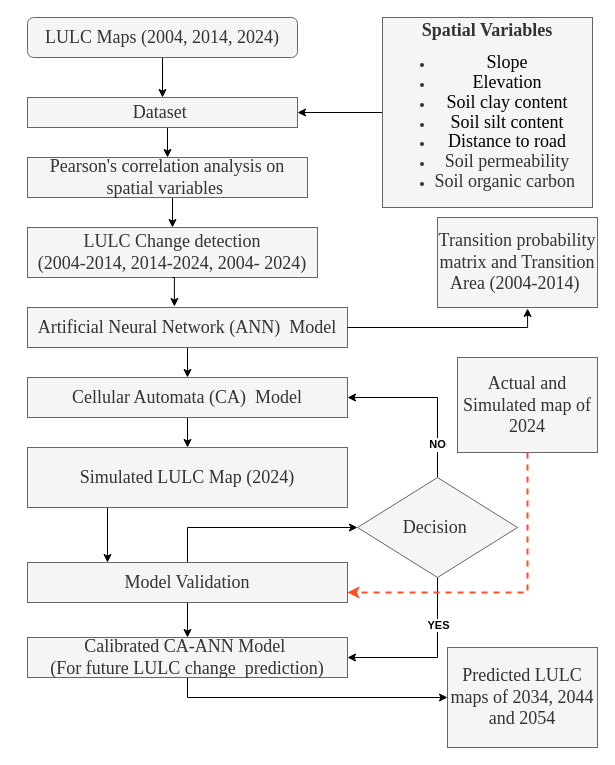
This is Molusce.drawio from yemioke/PRISMA2020, a draw.io file, before an edit. Source tidied: cells renumbered, new cells numbered last; positions are measured from the earlier drawing's top-left corner, leaving out a move shared by most shapes. Both pictures are drawn from the tidied source at 100%, with x=0, y=0 at pixel (27, 17).
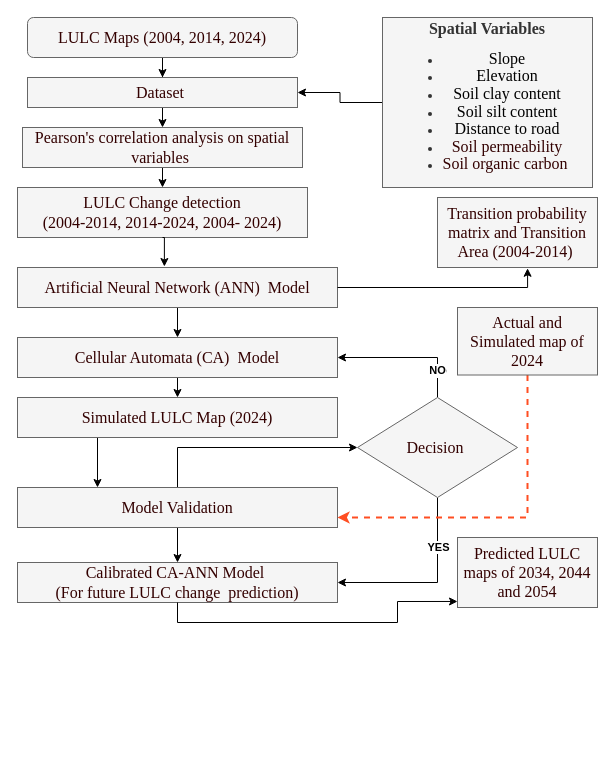
The same page after the edit.

Diff of the diagram source:
```diff
@@
-    <mxCell id="3" value="&lt;font face=&quot;Times New Roman&quot; style=&quot;font-size: 18px;&quot;&gt;LULC Maps (2004, 2014, 2024)&lt;/font&gt;" style="rounded=1;whiteSpace=wrap;html=1;fillColor=#f5f5f5;fontColor=#333333;strokeColor=#666666;" parent="1" vertex="1">
+    <mxCell id="3" value="&lt;font face=&quot;Times New Roman&quot; style=&quot;color: rgb(51, 0, 0); font-size: 16px;&quot;&gt;LULC Maps (2004, 2014, 2024)&lt;/font&gt;" style="rounded=1;whiteSpace=wrap;html=1;fillColor=#f5f5f5;fontColor=#333333;strokeColor=#666666;" parent="1" vertex="1">
       <mxGeometry width="270" height="40" as="geometry" />
     </mxCell>
@@
-    <mxCell id="5" value="&lt;div style=&quot;line-height: 110%;&quot;&gt;&lt;b&gt;&lt;font style=&quot;font-size: 18px; line-height: 110%;&quot; face=&quot;Times New Roman&quot;&gt;Spatial Variables&lt;/font&gt;&lt;/b&gt;&lt;div&gt;&lt;ul&gt;&lt;li&gt;&lt;span style=&quot;background-color: transparent; color: light-dark(rgb(0, 0, 0), rgb(255, 255, 255));&quot;&gt;&lt;font style=&quot;font-size: 18px; line-height: 110%;&quot; face=&quot;Times New Roman&quot;&gt;Slope&lt;/font&gt;&lt;/span&gt;&lt;/li&gt;&lt;li&gt;&lt;span style=&quot;background-color: transparent; color: light-dark(rgb(0, 0, 0), rgb(255, 255, 255));&quot;&gt;&lt;font style=&quot;font-size: 18px; line-height: 110%;&quot; face=&quot;Times New Roman&quot;&gt;Elevation&lt;/font&gt;&lt;/span&gt;&lt;/li&gt;&lt;li&gt;&lt;span style=&quot;background-color: transparent; color: light-dark(rgb(0, 0, 0), rgb(255, 255, 255));&quot;&gt;&lt;font style=&quot;font-size: 18px; line-height: 110%;&quot; face=&quot;Times New Roman&quot;&gt;Soil clay content&lt;/font&gt;&lt;/span&gt;&lt;/li&gt;&lt;li&gt;&lt;span style=&quot;background-color: transparent; color: light-dark(rgb(0, 0, 0), rgb(255, 255, 255));&quot;&gt;&lt;font style=&quot;font-size: 18px; line-height: 110%;&quot; face=&quot;Times New Roman&quot;&gt;Soil silt content&lt;/font&gt;&lt;/span&gt;&lt;/li&gt;&lt;li&gt;&lt;span style=&quot;background-color: transparent; color: light-dark(rgb(0, 0, 0), rgb(255, 255, 255));&quot;&gt;&lt;font style=&quot;font-size: 18px; line-height: 110%;&quot; face=&quot;Times New Roman&quot;&gt;Distance to road&lt;/font&gt;&lt;/span&gt;&lt;/li&gt;&lt;li&gt;&lt;font style=&quot;font-size: 18px; line-height: 110%;&quot; face=&quot;Times New Roman&quot;&gt;Soil permeability&lt;/font&gt;&lt;/li&gt;&lt;li&gt;&lt;font style=&quot;font-size: 18px; line-height: 110%;&quot; face=&quot;Times New Roman&quot;&gt;Soil organic carbon&amp;nbsp;&lt;/font&gt;&lt;/li&gt;&lt;/ul&gt;&lt;/div&gt;&lt;/div&gt;" style="rounded=0;whiteSpace=wrap;html=1;fillColor=#f5f5f5;fontColor=#333333;strokeColor=#666666;" parent="1" vertex="1">
-      <mxGeometry x="355" width="210" height="190" as="geometry" />
+    <mxCell id="5" value="&lt;div style=&quot;line-height: 110%;&quot;&gt;&lt;b&gt;&lt;font style=&quot;line-height: 110%; font-size: 16px;&quot; face=&quot;Times New Roman&quot;&gt;Spatial Variables&lt;/font&gt;&lt;/b&gt;&lt;div&gt;&lt;ul&gt;&lt;li&gt;&lt;span style=&quot;background-color: transparent; color: light-dark(rgb(0, 0, 0), rgb(255, 255, 255));&quot;&gt;&lt;font size=&quot;3&quot; style=&quot;line-height: 110%;&quot; face=&quot;Times New Roman&quot;&gt;Slope&lt;/font&gt;&lt;/span&gt;&lt;/li&gt;&lt;li&gt;&lt;span style=&quot;background-color: transparent; color: light-dark(rgb(0, 0, 0), rgb(255, 255, 255));&quot;&gt;&lt;font size=&quot;3&quot; style=&quot;line-height: 110%;&quot; face=&quot;Times New Roman&quot;&gt;Elevation&lt;/font&gt;&lt;/span&gt;&lt;/li&gt;&lt;li&gt;&lt;span style=&quot;background-color: transparent; color: light-dark(rgb(0, 0, 0), rgb(255, 255, 255));&quot;&gt;&lt;font size=&quot;3&quot; style=&quot;line-height: 110%;&quot; face=&quot;Times New Roman&quot;&gt;Soil clay content&lt;/font&gt;&lt;/span&gt;&lt;/li&gt;&lt;li&gt;&lt;span style=&quot;background-color: transparent; color: light-dark(rgb(0, 0, 0), rgb(255, 255, 255));&quot;&gt;&lt;font size=&quot;3&quot; style=&quot;line-height: 110%;&quot; face=&quot;Times New Roman&quot;&gt;Soil silt content&lt;/font&gt;&lt;/span&gt;&lt;/li&gt;&lt;li&gt;&lt;span style=&quot;background-color: transparent; color: light-dark(rgb(0, 0, 0), rgb(255, 255, 255));&quot;&gt;&lt;font size=&quot;3&quot; style=&quot;line-height: 110%;&quot; face=&quot;Times New Roman&quot;&gt;Distance to road&lt;/font&gt;&lt;/span&gt;&lt;/li&gt;&lt;li&gt;&lt;font size=&quot;3&quot; style=&quot;line-height: 110%; color: rgb(51, 0, 0);&quot; face=&quot;Times New Roman&quot;&gt;Soil permeability&lt;/font&gt;&lt;/li&gt;&lt;li&gt;&lt;font size=&quot;3&quot; style=&quot;line-height: 110%;&quot; face=&quot;Times New Roman&quot;&gt;&lt;font style=&quot;color: rgb(51, 0, 0);&quot;&gt;Soil organic carbon&lt;/font&gt;&amp;nbsp;&lt;/font&gt;&lt;/li&gt;&lt;/ul&gt;&lt;/div&gt;&lt;/div&gt;" style="rounded=0;whiteSpace=wrap;html=1;fillColor=#f5f5f5;fontColor=#333333;strokeColor=#666666;" parent="1" vertex="1">
+      <mxGeometry x="355" width="210" height="170" as="geometry" />
     </mxCell>
@@
-    <mxCell id="7" value="&lt;font face=&quot;Times New Roman&quot; style=&quot;font-size: 18px;&quot;&gt;Dataset&amp;nbsp;&lt;/font&gt;" style="rounded=0;whiteSpace=wrap;html=1;fillColor=#f5f5f5;fontColor=#333333;strokeColor=#666666;" parent="1" vertex="1">
-      <mxGeometry y="80" width="270" height="30" as="geometry" />
+    <mxCell id="7" value="&lt;font face=&quot;Times New Roman&quot; style=&quot;color: rgb(51, 0, 0); font-size: 16px;&quot;&gt;Dataset&amp;nbsp;&lt;/font&gt;" style="rounded=0;whiteSpace=wrap;html=1;fillColor=#f5f5f5;fontColor=#333333;strokeColor=#666666;" parent="1" vertex="1">
+      <mxGeometry y="60" width="270" height="30" as="geometry" />
     </mxCell>
@@
-    <mxCell id="9" value="&lt;font style=&quot;font-size: 18px;&quot; face=&quot;Times New Roman&quot;&gt;Pearson's correlation analysis on spatial variables&amp;nbsp;&lt;/font&gt;" style="rounded=0;whiteSpace=wrap;html=1;fillColor=#f5f5f5;fontColor=#333333;strokeColor=#666666;" parent="1" vertex="1">
-      <mxGeometry y="140" width="280" height="40" as="geometry" />
+    <mxCell id="9" value="&lt;font style=&quot;color: rgb(51, 0, 0); font-size: 16px;&quot; face=&quot;Times New Roman&quot;&gt;Pearson's correlation analysis on spatial variables&amp;nbsp;&lt;/font&gt;" style="rounded=0;whiteSpace=wrap;html=1;fillColor=#f5f5f5;fontColor=#333333;strokeColor=#666666;" parent="1" vertex="1">
+      <mxGeometry x="-5" y="110" width="280" height="40" as="geometry" />
     </mxCell>
-    <mxCell id="10" value="&lt;font face=&quot;Times New Roman&quot; style=&quot;font-size: 18px; font-weight: normal;&quot;&gt;LULC Change detection&lt;br&gt;(2004-2014, 2014-2024, 2004- 2024)&lt;/font&gt;" style="rounded=0;whiteSpace=wrap;html=1;fontStyle=1;fillColor=#f5f5f5;fontColor=#333333;strokeColor=#666666;" parent="1" vertex="1">
-      <mxGeometry y="210" width="290" height="50" as="geometry" />
+    <mxCell id="10" value="&lt;font face=&quot;Times New Roman&quot; style=&quot;font-weight: normal; color: rgb(51, 0, 0); font-size: 16px;&quot;&gt;LULC Change detection&lt;br&gt;(2004-2014, 2014-2024, 2004- 2024)&lt;/font&gt;" style="rounded=0;whiteSpace=wrap;html=1;fontStyle=1;fillColor=#f5f5f5;fontColor=#333333;strokeColor=#666666;" parent="1" vertex="1">
+      <mxGeometry x="-10" y="170" width="290" height="50" as="geometry" />
     </mxCell>
@@
-    <mxCell id="12" value="&lt;font style=&quot;font-size: 18px; font-weight: normal;&quot; face=&quot;Times New Roman&quot;&gt;Artificial Neural Network (ANN)&amp;nbsp; Model&lt;/font&gt;" style="rounded=0;whiteSpace=wrap;html=1;fontStyle=1;fillColor=#f5f5f5;fontColor=#333333;strokeColor=#666666;" parent="1" vertex="1">
-      <mxGeometry y="290" width="320" height="40" as="geometry" />
+    <mxCell id="12" value="&lt;font style=&quot;font-weight: normal; color: rgb(51, 0, 0); font-size: 16px;&quot; face=&quot;Times New Roman&quot;&gt;Artificial Neural Network (ANN)&amp;nbsp; Model&lt;/font&gt;" style="rounded=0;whiteSpace=wrap;html=1;fontStyle=1;fillColor=#f5f5f5;fontColor=#333333;strokeColor=#666666;" parent="1" vertex="1">
+      <mxGeometry x="-10" y="250" width="320" height="40" as="geometry" />
     </mxCell>
-    <mxCell id="13" value="&lt;font face=&quot;Times New Roman&quot; style=&quot;font-size: 18px; font-weight: normal;&quot;&gt;Transition probability matrix and Transition Area (2004-2014)&amp;nbsp;&lt;/font&gt;" style="rounded=0;whiteSpace=wrap;html=1;fontStyle=1;fillColor=#f5f5f5;fontColor=#333333;strokeColor=#666666;" parent="1" vertex="1">
-      <mxGeometry x="410" y="200" width="160" height="90" as="geometry" />
+    <mxCell id="13" value="&lt;font face=&quot;Times New Roman&quot; style=&quot;font-weight: normal; color: rgb(51, 0, 0); font-size: 16px;&quot;&gt;Transition probability matrix and Transition Area (2004-2014)&amp;nbsp;&lt;/font&gt;" style="rounded=0;whiteSpace=wrap;html=1;fontStyle=1;fillColor=#f5f5f5;fontColor=#333333;strokeColor=#666666;" parent="1" vertex="1">
+      <mxGeometry x="410" y="180" width="160" height="70" as="geometry" />
     </mxCell>
@@
-    <mxCell id="15" value="&lt;font face=&quot;Times New Roman&quot; style=&quot;font-size: 18px; font-weight: normal;&quot;&gt;Cellular Automata (CA)&amp;nbsp; Model&lt;/font&gt;" style="rounded=0;whiteSpace=wrap;html=1;fontStyle=1;fillColor=#f5f5f5;fontColor=#333333;strokeColor=#666666;" parent="1" vertex="1">
-      <mxGeometry y="360" width="320" height="40" as="geometry" />
+    <mxCell id="15" value="&lt;font face=&quot;Times New Roman&quot; style=&quot;font-weight: normal; color: rgb(51, 0, 0); font-size: 16px;&quot;&gt;Cellular Automata (CA)&amp;nbsp; Model&lt;/font&gt;" style="rounded=0;whiteSpace=wrap;html=1;fontStyle=1;fillColor=#f5f5f5;fontColor=#333333;strokeColor=#666666;" parent="1" vertex="1">
+      <mxGeometry x="-10" y="320" width="320" height="40" as="geometry" />
     </mxCell>
@@
-    <mxCell id="17" value="&lt;font face=&quot;Times New Roman&quot; style=&quot;font-size: 18px; font-weight: normal;&quot;&gt;Simulated LULC Map (2024)&lt;/font&gt;" style="rounded=0;whiteSpace=wrap;html=1;fontStyle=1;fillColor=#f5f5f5;fontColor=#333333;strokeColor=#666666;" parent="1" vertex="1">
-      <mxGeometry y="430" width="320" height="60" as="geometry" />
+    <mxCell id="17" value="&lt;font face=&quot;Times New Roman&quot; style=&quot;font-weight: normal; color: rgb(51, 0, 0); font-size: 16px;&quot;&gt;Simulated LULC Map (2024)&lt;/font&gt;" style="rounded=0;whiteSpace=wrap;html=1;fontStyle=1;fillColor=#f5f5f5;fontColor=#333333;strokeColor=#666666;" parent="1" vertex="1">
+      <mxGeometry x="-10" y="380" width="320" height="40" as="geometry" />
     </mxCell>
@@
-    <mxCell id="20" value="&lt;span style=&quot;font-weight: normal;&quot;&gt;&lt;font face=&quot;Times New Roman&quot; style=&quot;font-size: 18px;&quot;&gt;Model Validation&lt;/font&gt;&lt;/span&gt;" style="rounded=0;whiteSpace=wrap;html=1;fontStyle=1;fillColor=#f5f5f5;fontColor=#333333;strokeColor=#666666;" parent="1" vertex="1">
-      <mxGeometry y="545" width="320" height="40" as="geometry" />
+    <mxCell id="20" value="&lt;span style=&quot;font-weight: normal;&quot;&gt;&lt;font face=&quot;Times New Roman&quot; style=&quot;color: rgb(51, 0, 0); font-size: 16px;&quot;&gt;Model Validation&lt;/font&gt;&lt;/span&gt;" style="rounded=0;whiteSpace=wrap;html=1;fontStyle=1;fillColor=#f5f5f5;fontColor=#333333;strokeColor=#666666;" parent="1" vertex="1">
+      <mxGeometry x="-10" y="470" width="320" height="40" as="geometry" />
     </mxCell>
@@
-    <mxCell id="26" value="&lt;font style=&quot;font-size: 18px;&quot; face=&quot;Times New Roman&quot;&gt;Decision&amp;nbsp;&lt;/font&gt;" style="rhombus;whiteSpace=wrap;html=1;fillColor=#f5f5f5;fontColor=#333333;strokeColor=#666666;" parent="1" vertex="1">
-      <mxGeometry x="330" y="460" width="160" height="100" as="geometry" />
+    <mxCell id="26" value="&lt;font style=&quot;color: rgb(51, 0, 0); font-size: 16px;&quot; face=&quot;Times New Roman&quot;&gt;Decision&amp;nbsp;&lt;/font&gt;" style="rhombus;whiteSpace=wrap;html=1;fillColor=#f5f5f5;fontColor=#333333;strokeColor=#666666;" parent="1" vertex="1">
+      <mxGeometry x="330" y="380" width="160" height="100" as="geometry" />
     </mxCell>
@@
-    <mxCell id="28" value="&lt;span style=&quot;font-weight: normal;&quot;&gt;&lt;font face=&quot;Times New Roman&quot; style=&quot;font-size: 18px;&quot;&gt;Actual and Simulated map of 2024&lt;/font&gt;&lt;/span&gt;" style="rounded=0;whiteSpace=wrap;html=1;fontStyle=1;fillColor=#f5f5f5;fontColor=#333333;strokeColor=#666666;" parent="1" vertex="1">
-      <mxGeometry x="430" y="340" width="140" height="95" as="geometry" />
+    <mxCell id="28" value="&lt;span style=&quot;font-weight: normal;&quot;&gt;&lt;font face=&quot;Times New Roman&quot; style=&quot;color: rgb(51, 0, 0); font-size: 16px;&quot;&gt;Actual and Simulated map of 2024&lt;/font&gt;&lt;/span&gt;" style="rounded=0;whiteSpace=wrap;html=1;fontStyle=1;fillColor=#f5f5f5;fontColor=#333333;strokeColor=#666666;" parent="1" vertex="1">
+      <mxGeometry x="430" y="290" width="140" height="67.5" as="geometry" />
     </mxCell>
-    <mxCell id="29" style="edgeStyle=orthogonalEdgeStyle;rounded=0;jettySize=auto;html=1;exitX=0.5;exitY=1;exitDx=0;exitDy=0;entryX=0;entryY=0.5;entryDx=0;entryDy=0;" parent="1" edge="1" source="30" target="31">
-      <mxGeometry relative="1" as="geometry" />
-    </mxCell>
-    <mxCell id="30" value="&lt;font face=&quot;Times New Roman&quot; style=&quot;font-size: 18px; font-weight: normal;&quot;&gt;Calibrated CA-ANN Model&amp;nbsp;&lt;br&gt;(For future LULC change&amp;nbsp; prediction)&lt;/font&gt;" style="rounded=0;whiteSpace=wrap;html=1;fontStyle=1;fillColor=#f5f5f5;fontColor=#333333;strokeColor=#666666;" parent="1" vertex="1">
-      <mxGeometry y="620" width="320" height="40" as="geometry" />
+    <mxCell id="30" value="&lt;font face=&quot;Times New Roman&quot; style=&quot;font-weight: normal; color: rgb(51, 0, 0); font-size: 16px;&quot;&gt;Calibrated CA-ANN Model&amp;nbsp;&lt;br&gt;(For future LULC change&amp;nbsp; prediction)&lt;/font&gt;" style="rounded=0;whiteSpace=wrap;html=1;fontStyle=1;fillColor=#f5f5f5;fontColor=#333333;strokeColor=#666666;" parent="1" vertex="1">
+      <mxGeometry x="-10" y="545" width="320" height="40" as="geometry" />
     </mxCell>
-    <mxCell id="31" value="&lt;font face=&quot;Times New Roman&quot; style=&quot;font-size: 18px; font-weight: normal;&quot;&gt;Predicted LULC maps of 2034, 2044 and 2054&lt;/font&gt;" style="rounded=0;whiteSpace=wrap;html=1;fontStyle=1;fillColor=#f5f5f5;fontColor=#333333;strokeColor=#666666;" parent="1" vertex="1">
-      <mxGeometry x="420" y="630" width="150" height="100" as="geometry" />
+    <mxCell id="31" value="&lt;font face=&quot;Times New Roman&quot; style=&quot;font-weight: normal; color: rgb(51, 0, 0); font-size: 16px;&quot;&gt;Predicted LULC maps of 2034, 2044 and 2054&lt;/font&gt;" style="rounded=0;whiteSpace=wrap;html=1;fontStyle=1;fillColor=#f5f5f5;fontColor=#333333;strokeColor=#666666;" parent="1" vertex="1">
+      <mxGeometry x="430" y="520" width="140" height="70" as="geometry" />
     </mxCell>
@@
+    <mxCell id="29" style="edgeStyle=orthogonalEdgeStyle;rounded=0;jettySize=auto;html=1;exitX=0.5;exitY=1;exitDx=0;exitDy=0;entryX=0;entryY=0.914;entryDx=0;entryDy=0;entryPerimeter=0;" parent="1" edge="1" source="30" target="31">
+      <mxGeometry relative="1" as="geometry" />
+    </mxCell>
```
